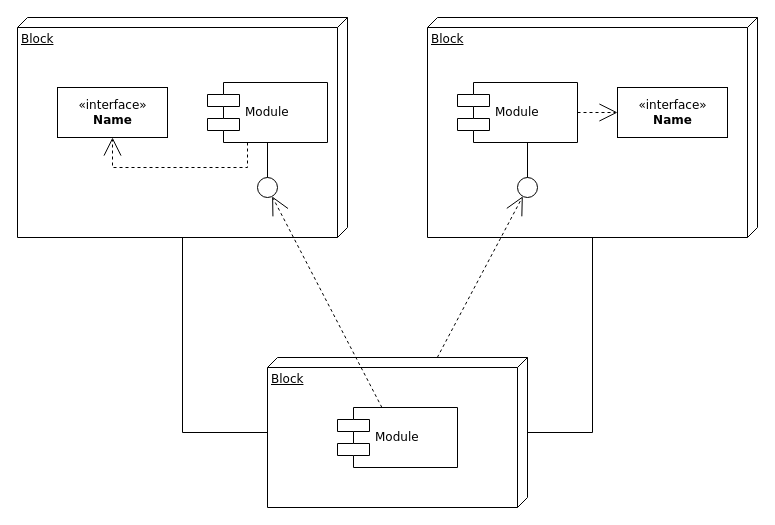
Earlier version of the draw.io diagram Untitled Diagram.drawio (WonITKorea/SKID_SteeringWheel). Source tidied: cells renumbered, new cells numbered last; positions are measured from the earlier drawing's top-left corner, leaving out a move shared by most shapes. Both pictures are drawn from the tidied source at 100%, with x=0, y=0 at pixel (17, 17).
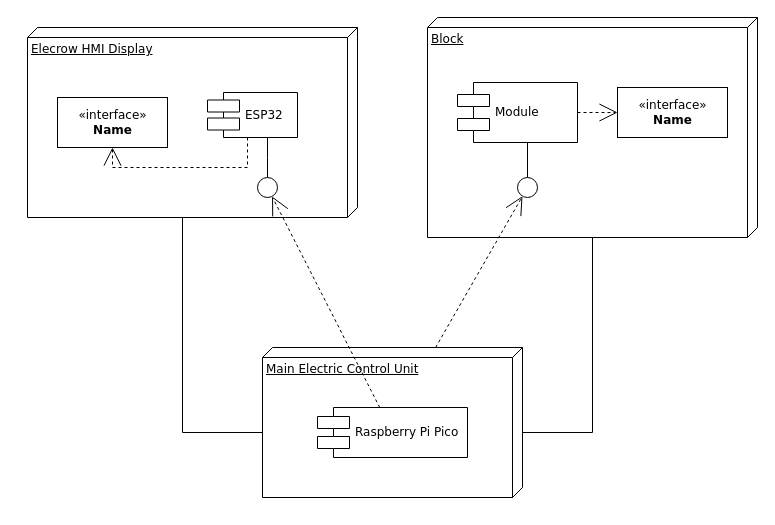
The same page after the edit.

The edit, as a diff of the source:
```diff
@@
-    <mxCell id="2" value="Block" style="verticalAlign=top;align=left;spacingTop=8;spacingLeft=2;spacingRight=12;shape=cube;size=10;direction=south;fontStyle=4;html=1;rounded=0;shadow=0;comic=0;labelBackgroundColor=none;strokeWidth=1;fontFamily=Verdana;fontSize=12;" parent="1" vertex="1">
-      <mxGeometry width="330" height="220" as="geometry" />
+    <mxCell id="2" value="Elecrow HMI Display" style="verticalAlign=top;align=left;spacingTop=8;spacingLeft=2;spacingRight=12;shape=cube;size=10;direction=south;fontStyle=4;html=1;rounded=0;shadow=0;comic=0;labelBackgroundColor=none;strokeWidth=1;fontFamily=Verdana;fontSize=12;" parent="1" vertex="1">
+      <mxGeometry x="10" y="10" width="330" height="190" as="geometry" />
     </mxCell>
@@
-    <mxCell id="4" value="Block" style="verticalAlign=top;align=left;spacingTop=8;spacingLeft=2;spacingRight=12;shape=cube;size=10;direction=south;fontStyle=4;html=1;rounded=0;shadow=0;comic=0;labelBackgroundColor=none;strokeWidth=1;fontFamily=Verdana;fontSize=12;" parent="1" vertex="1">
-      <mxGeometry x="250" y="340" width="260" height="150" as="geometry" />
+    <mxCell id="4" value="Main Electric Control Unit" style="verticalAlign=top;align=left;spacingTop=8;spacingLeft=2;spacingRight=12;shape=cube;size=10;direction=south;fontStyle=4;html=1;rounded=0;shadow=0;comic=0;labelBackgroundColor=none;strokeWidth=1;fontFamily=Verdana;fontSize=12;" parent="1" vertex="1">
+      <mxGeometry x="245" y="330" width="260" height="150" as="geometry" />
     </mxCell>
     <mxCell id="5" value="&amp;laquo;interface&amp;raquo;&lt;br&gt;&lt;b&gt;Name&lt;/b&gt;" style="html=1;rounded=0;shadow=0;comic=0;labelBackgroundColor=none;strokeWidth=1;fontFamily=Verdana;fontSize=12;align=center;" parent="1" vertex="1">
-      <mxGeometry x="40" y="70" width="110" height="50" as="geometry" />
+      <mxGeometry x="40" y="80" width="110" height="50" as="geometry" />
     </mxCell>
-    <mxCell id="6" value="Module" style="shape=component;align=left;spacingLeft=36;rounded=0;shadow=0;comic=0;labelBackgroundColor=none;strokeWidth=1;fontFamily=Verdana;fontSize=12;html=1;" parent="1" vertex="1">
-      <mxGeometry x="190" y="65" width="120" height="60" as="geometry" />
+    <mxCell id="6" value="ESP32" style="shape=component;align=left;spacingLeft=36;rounded=0;shadow=0;comic=0;labelBackgroundColor=none;strokeWidth=1;fontFamily=Verdana;fontSize=12;html=1;" parent="1" vertex="1">
+      <mxGeometry x="190" y="75" width="90" height="45" as="geometry" />
     </mxCell>
@@
-    <mxCell id="11" value="Module" style="shape=component;align=left;spacingLeft=36;rounded=0;shadow=0;comic=0;labelBackgroundColor=none;strokeWidth=1;fontFamily=Verdana;fontSize=12;html=1;" parent="1" vertex="1">
-      <mxGeometry x="320" y="390" width="120" height="60" as="geometry" />
-    </mxCell>
@@
+    <mxCell id="11" value="Raspberry Pi Pico" style="shape=component;align=left;spacingLeft=36;rounded=0;shadow=0;comic=0;labelBackgroundColor=none;strokeWidth=1;fontFamily=Verdana;fontSize=12;html=1;whiteSpace=wrap;" parent="1" vertex="1">
+      <mxGeometry x="300" y="390" width="150" height="50" as="geometry" />
+    </mxCell>
```
